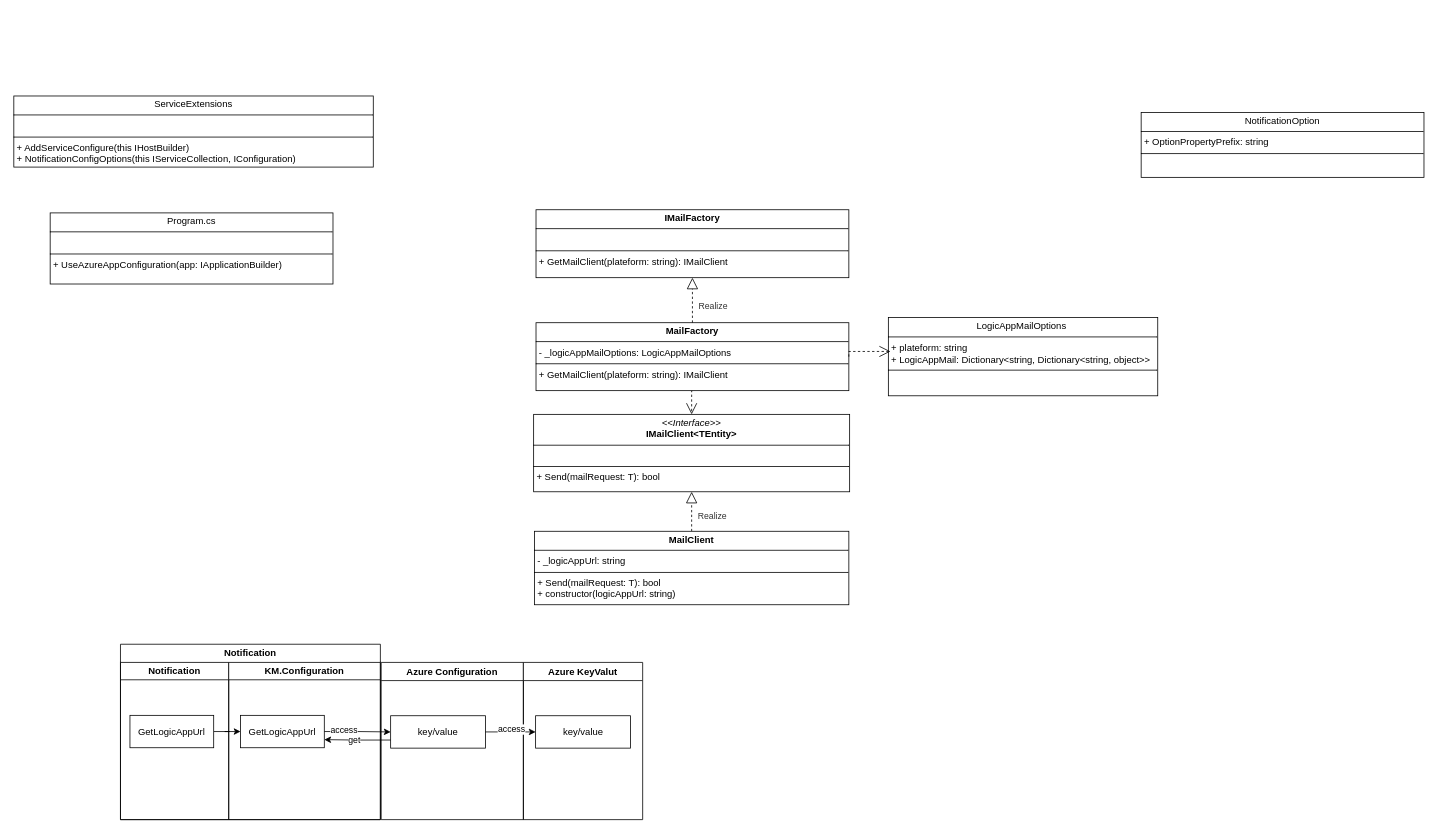
This is page "Page-13" (13 of 14) of 2.drawio from hy986/Repo_0110, a draw.io file, before an edit. Source tidied: cells renumbered, new cells numbered last; positions are measured from the earlier drawing's top-left corner, leaving out a move shared by most shapes. Both pictures are drawn from the tidied source at 79%, with x=0, y=0 at pixel (13, 96).
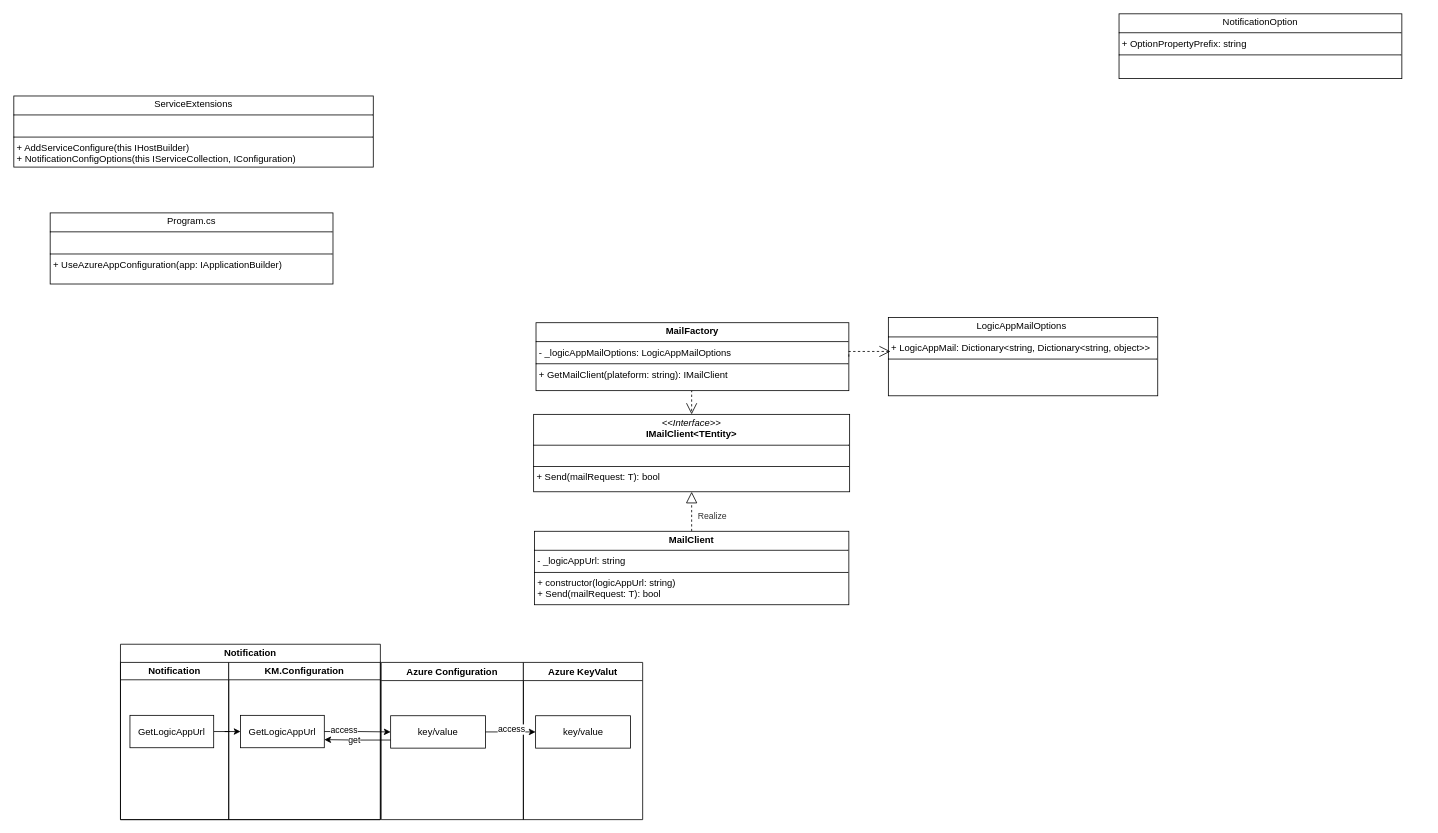
Above is the later version.

Unchanged cells that the change refers to:
```xml
<mxCell id="6" value="&lt;p style=&quot;margin:0px;margin-top:4px;text-align:center;&quot;&gt;&lt;b&gt;MailFactory&lt;/b&gt;&lt;/p&gt;&lt;hr size=&quot;1&quot; style=&quot;border-style:solid;&quot;&gt;&lt;p style=&quot;margin:0px;margin-left:4px;&quot;&gt;- _logicAppMailOptions: LogicAppMailOptions&lt;/p&gt;&lt;hr size=&quot;1&quot; style=&quot;border-style:solid;&quot;&gt;&lt;p style=&quot;margin: 0px 0px 0px 4px;&quot;&gt;+ GetMailClient(plateform: string): IMailClient&lt;/p&gt;" style="verticalAlign=top;align=left;overflow=fill;html=1;whiteSpace=wrap;" parent="1" vertex="1">
  <mxGeometry x="661" y="287" width="396" height="86" as="geometry" />
</mxCell>
```

The edit, as a diff of the source:
```diff
@@
-    <mxCell id="4" value="&lt;p style=&quot;margin:0px;margin-top:4px;text-align:center;&quot;&gt;&lt;b&gt;MailClient&lt;/b&gt;&lt;/p&gt;&lt;hr size=&quot;1&quot; style=&quot;border-style:solid;&quot;&gt;&lt;p style=&quot;margin: 0px 0px 0px 4px;&quot;&gt;- _logicAppUrl: string&amp;nbsp;&lt;/p&gt;&lt;hr size=&quot;1&quot; style=&quot;border-style:solid;&quot;&gt;&lt;p style=&quot;margin: 0px 0px 0px 4px;&quot;&gt;+ Send(mailRequest: T): bool&amp;nbsp;&amp;nbsp;&lt;/p&gt;&lt;p style=&quot;margin: 0px 0px 0px 4px;&quot;&gt;+ constructor(logicAppUrl: &lt;span class=&quot;hljs-built_in&quot;&gt;string&lt;/span&gt;)&lt;/p&gt;" style="verticalAlign=top;align=left;overflow=fill;html=1;whiteSpace=wrap;" parent="1" vertex="1">
+    <mxCell id="4" value="&lt;p style=&quot;margin:0px;margin-top:4px;text-align:center;&quot;&gt;&lt;b&gt;MailClient&lt;/b&gt;&lt;/p&gt;&lt;hr size=&quot;1&quot; style=&quot;border-style:solid;&quot;&gt;&lt;p style=&quot;margin: 0px 0px 0px 4px;&quot;&gt;- _logicAppUrl: string&amp;nbsp;&lt;/p&gt;&lt;hr size=&quot;1&quot; style=&quot;border-style:solid;&quot;&gt;&lt;p style=&quot;margin: 0px 0px 0px 4px;&quot;&gt;+ constructor(logicAppUrl:&amp;nbsp;&lt;span class=&quot;hljs-built_in&quot;&gt;string&lt;/span&gt;)&lt;/p&gt;&lt;p style=&quot;margin: 0px 0px 0px 4px;&quot;&gt;+ Send(mailRequest: T): bool&amp;nbsp;&amp;nbsp;&lt;/p&gt;&lt;p style=&quot;margin: 0px 0px 0px 4px;&quot;&gt;&lt;br&gt;&lt;/p&gt;" style="verticalAlign=top;align=left;overflow=fill;html=1;whiteSpace=wrap;" parent="1" vertex="1">
       <mxGeometry x="659" y="551" width="398" height="93" as="geometry" />
     </mxCell>
@@
     <mxCell id="25" value="&lt;p style=&quot;margin:0px;margin-top:4px;text-align:center;&quot;&gt;Notification&lt;span style=&quot;background-color: initial; text-align: left;&quot;&gt;Option&lt;/span&gt;&lt;/p&gt;&lt;hr size=&quot;1&quot; style=&quot;border-style:solid;&quot;&gt;&lt;p style=&quot;margin:0px;margin-left:4px;&quot;&gt;+&amp;nbsp;OptionPropertyPrefix: string&lt;/p&gt;&lt;hr size=&quot;1&quot; style=&quot;border-style:solid;&quot;&gt;&lt;p style=&quot;margin:0px;margin-left:4px;&quot;&gt;&lt;br&gt;&lt;/p&gt;" style="verticalAlign=top;align=left;overflow=fill;html=1;whiteSpace=wrap;" parent="1" vertex="1">
-      <mxGeometry x="1427" y="21" width="358" height="82" as="geometry" />
+      <mxGeometry x="1399" y="-104" width="358" height="82" as="geometry" />
     </mxCell>
-    <mxCell id="26" value="&lt;p style=&quot;margin:0px;margin-top:4px;text-align:center;&quot;&gt;LogicAppMailOptions&amp;nbsp;&lt;/p&gt;&lt;hr size=&quot;1&quot; style=&quot;border-style:solid;&quot;&gt;&lt;p style=&quot;margin:0px;margin-left:4px;&quot;&gt;+ plateform: string&lt;/p&gt;&lt;p style=&quot;margin:0px;margin-left:4px;&quot;&gt;+ LogicAppMail: Dictionary&amp;lt;string, Dictionary&amp;lt;string, object&amp;gt;&amp;gt;&lt;/p&gt;&lt;hr size=&quot;1&quot; style=&quot;border-style:solid;&quot;&gt;&lt;p style=&quot;margin:0px;margin-left:4px;&quot;&gt;&lt;br&gt;&lt;/p&gt;" style="verticalAlign=top;align=left;overflow=fill;html=1;whiteSpace=wrap;" parent="1" vertex="1">
+    <mxCell id="26" value="&lt;p style=&quot;margin:0px;margin-top:4px;text-align:center;&quot;&gt;LogicAppMailOptions&amp;nbsp;&lt;/p&gt;&lt;hr size=&quot;1&quot; style=&quot;border-style:solid;&quot;&gt;&lt;p style=&quot;margin:0px;margin-left:4px;&quot;&gt;&lt;span style=&quot;background-color: initial;&quot;&gt;+ LogicAppMail: Dictionary&amp;lt;string, Dictionary&amp;lt;string, object&amp;gt;&amp;gt;&lt;/span&gt;&lt;/p&gt;&lt;hr size=&quot;1&quot; style=&quot;border-style:solid;&quot;&gt;&lt;p style=&quot;margin:0px;margin-left:4px;&quot;&gt;&lt;br&gt;&lt;/p&gt;" style="verticalAlign=top;align=left;overflow=fill;html=1;whiteSpace=wrap;" parent="1" vertex="1">
       <mxGeometry x="1107" y="280.5" width="341" height="99" as="geometry" />
     </mxCell>
@@
-    <mxCell id="28" value="&lt;p style=&quot;margin:0px;margin-top:4px;text-align:center;&quot;&gt;&lt;b&gt;IMailFactory&lt;/b&gt;&lt;/p&gt;&lt;hr size=&quot;1&quot; style=&quot;border-style:solid;&quot;&gt;&lt;p style=&quot;margin:0px;margin-left:4px;&quot;&gt;&lt;br&gt;&lt;/p&gt;&lt;hr size=&quot;1&quot; style=&quot;border-style:solid;&quot;&gt;&lt;p style=&quot;margin: 0px 0px 0px 4px;&quot;&gt;+ GetMailClient(plateform: string): IMailClient&lt;/p&gt;" style="verticalAlign=top;align=left;overflow=fill;html=1;whiteSpace=wrap;" parent="1" vertex="1">
-      <mxGeometry x="661" y="144" width="396" height="86" as="geometry" />
-    </mxCell>
-    <mxCell id="29" value="&lt;span style=&quot;color: rgb(51, 51, 51); font-family: Helvetica; font-size: 11px; font-style: normal; font-variant-ligatures: normal; font-variant-caps: normal; font-weight: 400; letter-spacing: normal; orphans: 2; text-align: left; text-indent: 0px; text-transform: none; widows: 2; word-spacing: 0px; -webkit-text-stroke-width: 0px; white-space: pre-wrap; background-color: rgb(255, 255, 255); text-decoration-thickness: initial; text-decoration-style: initial; text-decoration-color: initial; display: inline !important; float: none;&quot;&gt;Realize&lt;/span&gt;" style="edgeStyle=orthogonalEdgeStyle;rounded=0;jettySize=auto;html=1;exitX=0.5;exitY=0;exitDx=0;exitDy=0;entryX=0.5;entryY=1;entryDx=0;entryDy=0;dashed=1;endArrow=block;endFill=0;endSize=12;" parent="1" edge="1" source="6" target="28">
-      <mxGeometry x="-0.25" y="-26" relative="1" as="geometry" />
-    </mxCell>
```
